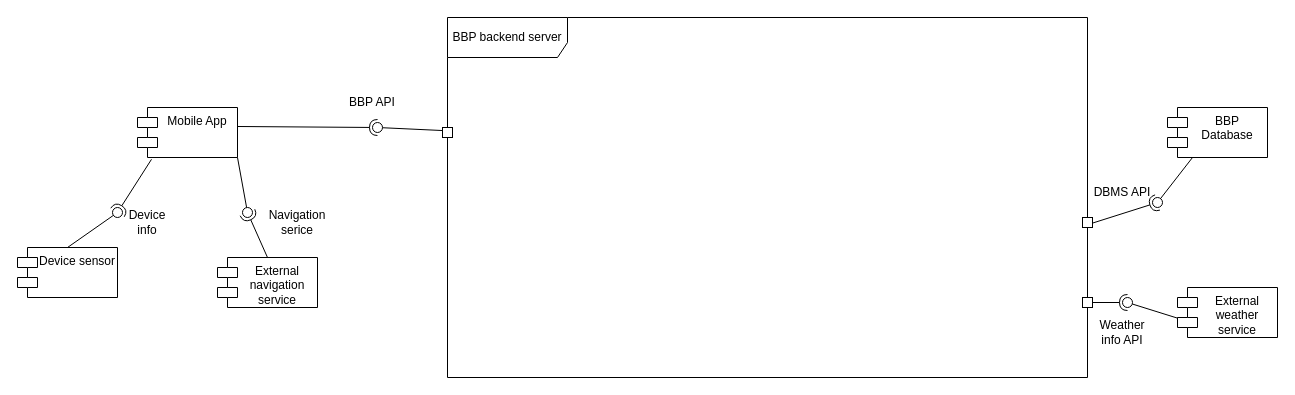
The draw.io diagram page "High_level_diagram" (1 of 7) of DD/LaTeXCode/images/drawio/Component_diagram.drawio in jacopobellosi/Bellosi-Montanelli-Tempobono, before the edit. Source tidied: cells renumbered, new cells numbered last; positions are measured from the earlier drawing's top-left corner, leaving out a move shared by most shapes. Both pictures are drawn from the tidied source at 100%, with x=0, y=0 at pixel (17, 17).
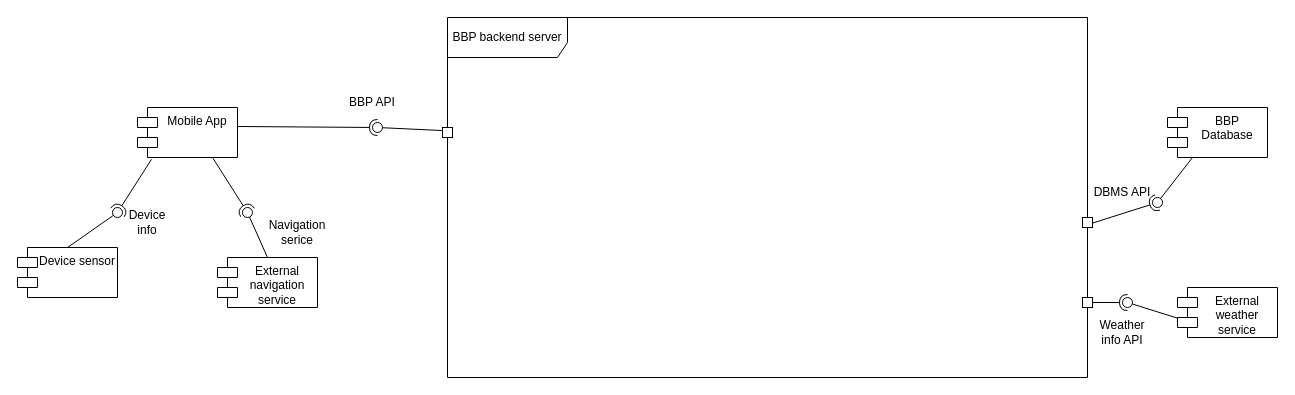
The same diagram, later.

Unchanged cells that the change refers to:
```xml
<mxCell id="2" value="Mobile App" style="shape=module;align=left;spacingLeft=20;align=center;verticalAlign=top;whiteSpace=wrap;html=1;" parent="1" vertex="1">
  <mxGeometry x="120" y="90" width="100" height="50" as="geometry" />
</mxCell>
<mxCell id="5" value="External navigation service" style="shape=module;align=left;spacingLeft=20;align=center;verticalAlign=top;whiteSpace=wrap;html=1;" parent="1" vertex="1">
  <mxGeometry x="200" y="240" width="100" height="50" as="geometry" />
</mxCell>
<mxCell id="17" style="ellipse;whiteSpace=wrap;html=1;align=center;fillColor=none;strokeColor=none;perimeter=centerPerimeter;points=[];outlineConnect=1;" parent="1" vertex="1">
  <mxGeometry x="225" y="190" width="10" height="10" as="geometry" />
</mxCell>
```

Change to the diagram source:
```diff
@@
-    <mxCell id="15" style="rounded=0;jettySize=auto;html=1;endArrow=halfCircle;endFill=0;endSize=6;strokeWidth=1;sketch=0;exitX=0.5;exitY=0;exitDx=0;exitDy=0;" parent="1" edge="1" source="5" target="17">
+    <mxCell id="15" style="rounded=0;jettySize=auto;html=1;endArrow=halfCircle;endFill=0;endSize=6;strokeWidth=1;sketch=0;exitX=0.75;exitY=1;exitDx=0;exitDy=0;" parent="1" edge="1" source="2" target="17">
       <mxGeometry relative="1" as="geometry" />
     </mxCell>
-    <mxCell id="16" style="rounded=0;jettySize=auto;html=1;endArrow=oval;endFill=0;sketch=0;sourcePerimeterSpacing=0;targetPerimeterSpacing=0;endSize=10;exitX=1;exitY=1;exitDx=0;exitDy=0;" parent="1" edge="1" source="2" target="17">
+    <mxCell id="16" style="rounded=0;jettySize=auto;html=1;endArrow=oval;endFill=0;sketch=0;sourcePerimeterSpacing=0;targetPerimeterSpacing=0;endSize=10;exitX=0.5;exitY=0;exitDx=0;exitDy=0;" parent="1" edge="1" source="5" target="17">
       <mxGeometry relative="1" as="geometry" />
     </mxCell>
@@
     <mxCell id="26" value="Navigation&lt;br&gt;serice" style="text;html=1;whiteSpace=wrap;strokeColor=none;fillColor=none;align=center;verticalAlign=middle;rounded=0;" parent="1" vertex="1">
-      <mxGeometry x="250" y="190" width="60" height="30" as="geometry" />
+      <mxGeometry x="250" y="200" width="60" height="30" as="geometry" />
     </mxCell>
```
